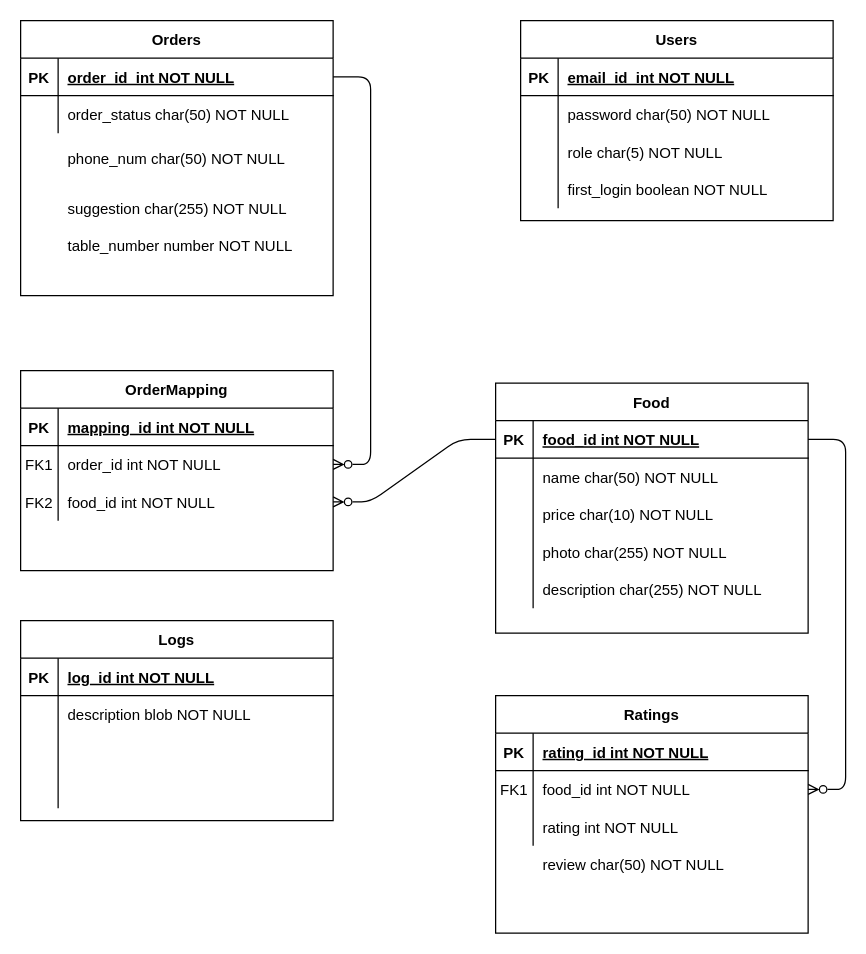
Earlier version of the draw.io diagram assets/erdiagram.drawio (ashawe/Restaurant-Ordering-System). Source tidied: cells renumbered, new cells numbered last; positions are measured from the earlier drawing's top-left corner, leaving out a move shared by most shapes. Both pictures are drawn from the tidied source at 125%, with x=0, y=0 at pixel (20, 20).
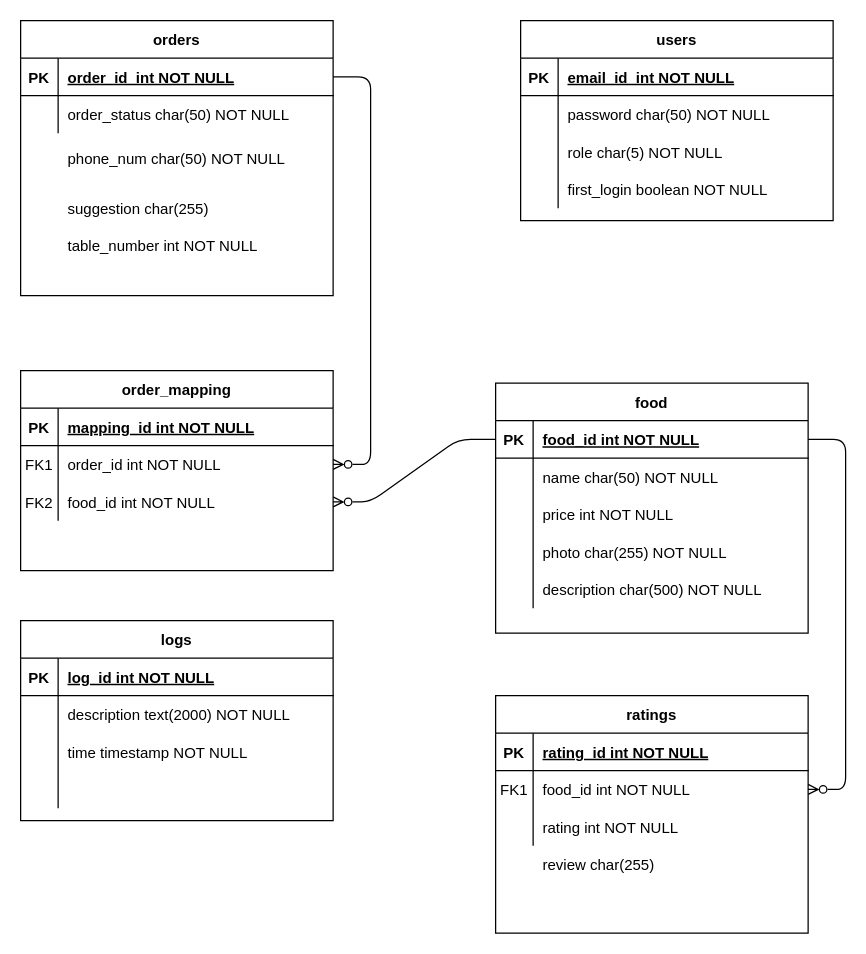
The same page after the edit.

Commit message (it also covers changes not shown here):
Add createdb sql file and update database schema in assets

The change refers to these unchanged cells:
```xml
<mxCell id="15" style="group;" parent="1" vertex="1">
  <mxGeometry width="250" height="220" as="geometry" />
</mxCell>
<mxCell id="25" style="shape=partialRectangle;fillColor=none;top=0;left=0;right=0;bottom=0;" parent="15" vertex="1">
  <mxGeometry y="165" width="250" height="30" as="geometry" />
</mxCell>
<mxCell id="28" style="group;" parent="1" vertex="1">
  <mxGeometry x="380" y="540" width="250" height="190" as="geometry" />
</mxCell>
<mxCell id="40" style="group;" parent="1" vertex="1">
  <mxGeometry x="380" y="290" width="250" height="200" as="geometry" />
</mxCell>
<mxCell id="48" style="shape=partialRectangle;fillColor=none;top=0;left=0;right=0;bottom=0;" parent="41" vertex="1">
  <mxGeometry y="90" width="250" height="30" as="geometry" />
</mxCell>
<mxCell id="54" style="shape=partialRectangle;fillColor=none;top=0;left=0;right=0;bottom=0;" parent="41" vertex="1">
  <mxGeometry y="150" width="250" height="30" as="geometry" />
</mxCell>
<mxCell id="74" style="shape=partialRectangle;fillColor=none;top=0;left=0;right=0;bottom=0;" parent="70" vertex="1">
  <mxGeometry y="60" width="250" height="30" as="geometry" />
</mxCell>
<mxCell id="77" style="shape=partialRectangle;fillColor=none;top=0;left=0;right=0;bottom=0;" parent="70" vertex="1">
  <mxGeometry y="90" width="250" height="30" as="geometry" />
</mxCell>
```

What changed in the source:
```diff
@@
-    <mxCell id="2" value="Users" style="shape=table;startSize=30;childLayout=tableLayout;rowLines=0;fontStyle=1;align=center;" parent="1" vertex="1">
+    <mxCell id="2" value="users" style="shape=table;startSize=30;childLayout=tableLayout;rowLines=0;fontStyle=1;align=center;" parent="1" vertex="1">
       <mxGeometry x="400" width="250" height="160" as="geometry" />
     </mxCell>
@@
-    <mxCell id="16" value="Orders" style="shape=table;startSize=30;childLayout=tableLayout;rowLines=0;fontStyle=1;align=center;" parent="15" vertex="1">
+    <mxCell id="16" value="orders" style="shape=table;startSize=30;childLayout=tableLayout;rowLines=0;fontStyle=1;align=center;" parent="15" vertex="1">
       <mxGeometry width="250" height="220" as="geometry" />
     </mxCell>
@@
-    <mxCell id="24" value="suggestion char(255) NOT NULL" style="shape=partialRectangle;overflow=hidden;fillColor=none;top=0;left=0;bottom=0;right=0;align=left;spacingLeft=6;" parent="15" vertex="1">
+    <mxCell id="24" value="suggestion char(255) " style="shape=partialRectangle;overflow=hidden;fillColor=none;top=0;left=0;bottom=0;right=0;align=left;spacingLeft=6;" parent="15" vertex="1">
       <mxGeometry x="30" y="135" width="220" height="30" as="geometry" />
     </mxCell>
@@
-    <mxCell id="27" value="table_number number NOT NULL" style="shape=partialRectangle;overflow=hidden;fillColor=none;top=0;left=0;bottom=0;right=0;align=left;spacingLeft=6;" parent="25" vertex="1">
+    <mxCell id="27" value="table_number int NOT NULL" style="shape=partialRectangle;overflow=hidden;fillColor=none;top=0;left=0;bottom=0;right=0;align=left;spacingLeft=6;" parent="25" vertex="1">
       <mxGeometry x="30" width="220" height="30" as="geometry" />
     </mxCell>
@@
-    <mxCell id="29" value="Ratings" style="shape=table;startSize=30;childLayout=tableLayout;rowLines=0;fontStyle=1;align=center;" parent="28" vertex="1">
+    <mxCell id="29" value="ratings" style="shape=table;startSize=30;childLayout=tableLayout;rowLines=0;fontStyle=1;align=center;" parent="28" vertex="1">
       <mxGeometry width="250" height="190" as="geometry" />
     </mxCell>
@@
-    <mxCell id="39" value="review char(50) NOT NULL" style="shape=partialRectangle;overflow=hidden;fillColor=none;top=0;left=0;bottom=0;right=0;align=left;spacingLeft=6;" parent="28" vertex="1">
+    <mxCell id="39" value="review char(255)  " style="shape=partialRectangle;overflow=hidden;fillColor=none;top=0;left=0;bottom=0;right=0;align=left;spacingLeft=6;" parent="28" vertex="1">
       <mxGeometry x="30" y="120" width="220" height="30" as="geometry" />
     </mxCell>
@@
-    <mxCell id="41" value="Food" style="shape=table;startSize=30;childLayout=tableLayout;rowLines=0;fontStyle=1;align=center;" parent="40" vertex="1">
+    <mxCell id="41" value="food" style="shape=table;startSize=30;childLayout=tableLayout;rowLines=0;fontStyle=1;align=center;" parent="40" vertex="1">
       <mxGeometry width="250" height="200" as="geometry" />
     </mxCell>
@@
-    <mxCell id="50" value="price char(10) NOT NULL" style="shape=partialRectangle;overflow=hidden;fillColor=none;top=0;left=0;bottom=0;right=0;align=left;spacingLeft=6;" parent="48" vertex="1">
+    <mxCell id="50" value="price int NOT NULL" style="shape=partialRectangle;overflow=hidden;fillColor=none;top=0;left=0;bottom=0;right=0;align=left;spacingLeft=6;" parent="48" vertex="1">
       <mxGeometry x="30" width="220" height="30" as="geometry" />
     </mxCell>
@@
-    <mxCell id="56" value="description char(255) NOT NULL" style="shape=partialRectangle;overflow=hidden;fillColor=none;top=0;left=0;bottom=0;right=0;align=left;spacingLeft=6;" parent="54" vertex="1">
+    <mxCell id="56" value="description char(500) NOT NULL" style="shape=partialRectangle;overflow=hidden;fillColor=none;top=0;left=0;bottom=0;right=0;align=left;spacingLeft=6;" parent="54" vertex="1">
       <mxGeometry x="30" width="220" height="30" as="geometry" />
     </mxCell>
@@
-    <mxCell id="60" value="OrderMapping" style="shape=table;startSize=30;childLayout=tableLayout;rowLines=0;fontStyle=1;align=center;" parent="1" vertex="1">
+    <mxCell id="60" value="order_mapping" style="shape=table;startSize=30;childLayout=tableLayout;rowLines=0;fontStyle=1;align=center;" parent="1" vertex="1">
       <mxGeometry y="280" width="250" height="160" as="geometry" />
     </mxCell>
@@
-    <mxCell id="70" value="Logs" style="shape=table;startSize=30;childLayout=tableLayout;rowLines=0;fontStyle=1;align=center;" parent="1" vertex="1">
+    <mxCell id="70" value="logs" style="shape=table;startSize=30;childLayout=tableLayout;rowLines=0;fontStyle=1;align=center;" parent="1" vertex="1">
       <mxGeometry y="480" width="250" height="160" as="geometry" />
     </mxCell>
@@
-    <mxCell id="76" value="description blob NOT NULL" style="shape=partialRectangle;overflow=hidden;fillColor=none;top=0;left=0;bottom=0;right=0;align=left;spacingLeft=6;" parent="74" vertex="1">
+    <mxCell id="76" value="description text(2000) NOT NULL" style="shape=partialRectangle;overflow=hidden;fillColor=none;top=0;left=0;bottom=0;right=0;align=left;spacingLeft=6;" parent="74" vertex="1">
       <mxGeometry x="30" width="220" height="30" as="geometry" />
     </mxCell>
@@
-    <mxCell id="79" style="shape=partialRectangle;overflow=hidden;fillColor=none;top=0;left=0;bottom=0;right=0;align=left;spacingLeft=6;" parent="77" vertex="1">
+    <mxCell id="79" value="time timestamp NOT NULL" style="shape=partialRectangle;overflow=hidden;fillColor=none;top=0;left=0;bottom=0;right=0;align=left;spacingLeft=6;" parent="77" vertex="1">
       <mxGeometry x="30" width="220" height="30" as="geometry" />
     </mxCell>
```
